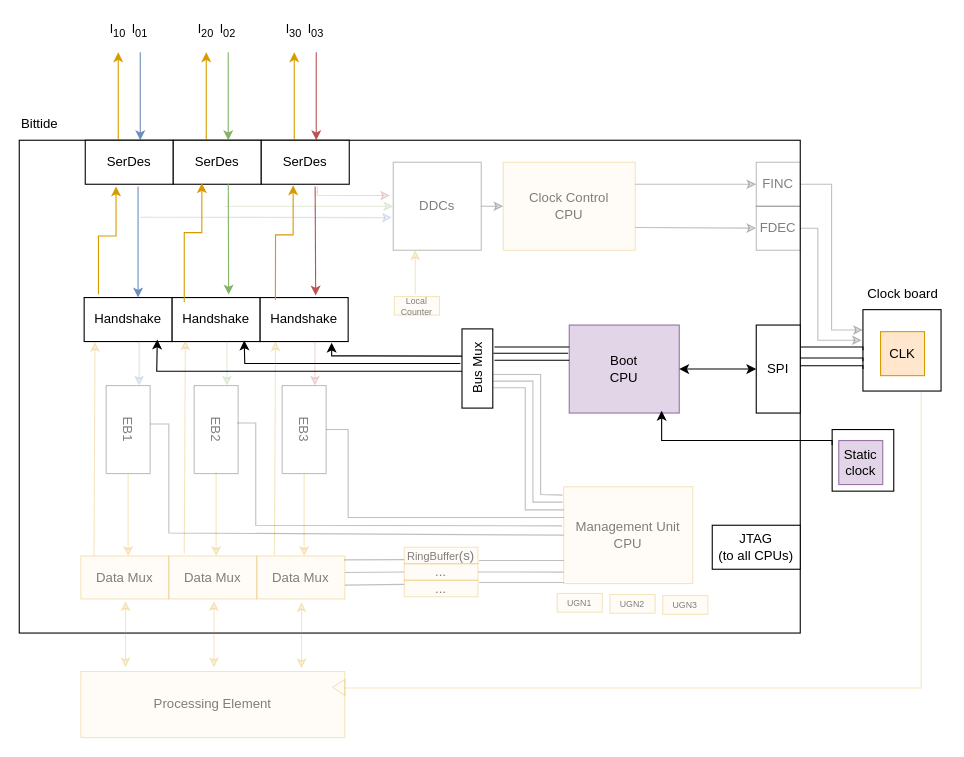
Above: docs/diagrams/bittide-boot-diagram.drawio in bittide/bittide-hardware (draw.io), before the change. Source tidied: cells renumbered, new cells numbered last; positions are measured from the earlier drawing's top-left corner, leaving out a move shared by most shapes. Both pictures are drawn from the tidied source at 110%, with x=0, y=0 at pixel (19, 19).
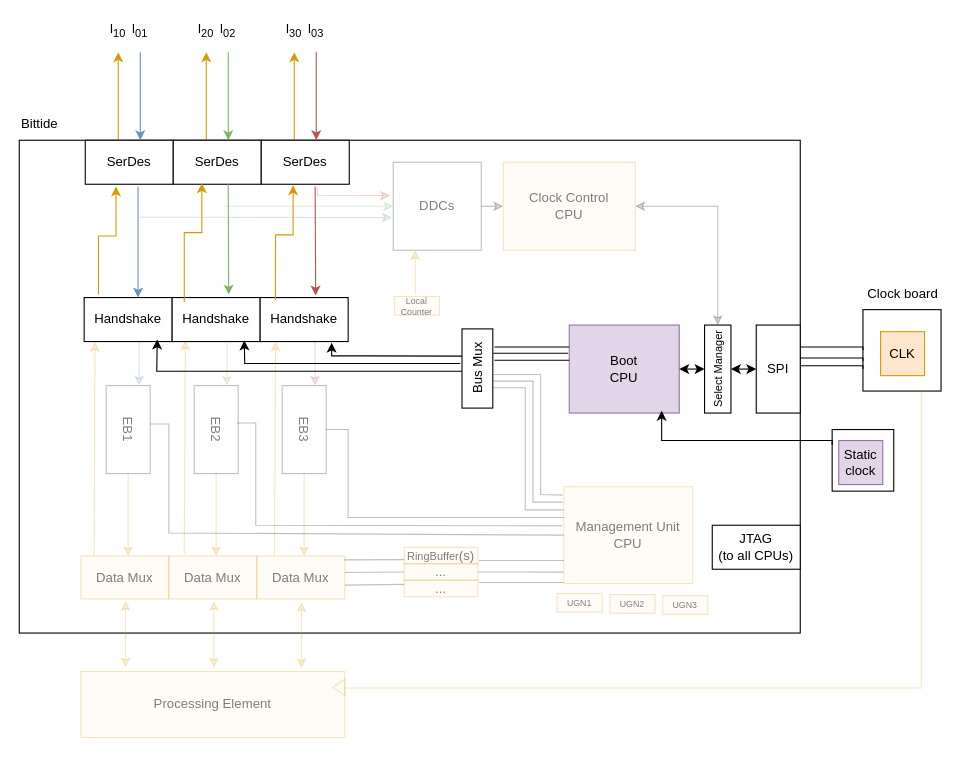
The same diagram, later.

Unchanged cells that the change refers to:
```xml
<mxCell id="2" style="rounded=0;whiteSpace=wrap;html=1;fillOpacity=100;strokeOpacity=100;" parent="1" vertex="1">
  <mxGeometry x="767" y="264" width="71" height="74" as="geometry" />
</mxCell>
<mxCell id="34" value="&lt;div&gt;Clock Control&lt;/div&gt;&lt;div&gt;CPU&lt;/div&gt;" style="rounded=0;whiteSpace=wrap;html=1;fillColor=#ffe6cc;strokeColor=#d79b00;fillOpacity=15;strokeOpacity=25;arcSize=12;textOpacity=50;" parent="1" vertex="1">
  <mxGeometry x="440" y="130" width="120" height="80" as="geometry" />
</mxCell>
<mxCell id="42" value="SPI" style="rounded=0;whiteSpace=wrap;html=1;fillOpacity=100;strokeOpacity=100;" parent="1" vertex="1">
  <mxGeometry x="670" y="278" width="40" height="80" as="geometry" />
</mxCell>
```

What changed in the source:
```diff
@@
+    <mxCell id="103" style="edgeStyle=orthogonalEdgeStyle;rounded=0;jettySize=auto;html=1;exitX=1;exitY=0.5;exitDx=0;exitDy=0;startArrow=classic;endArrow=classic;fillOpacity=15;strokeOpacity=25;arcSize=12;textOpacity=50;" parent="1" edge="1" source="34">
+      <mxGeometry relative="1" as="geometry">
+        <mxPoint x="635" y="278" as="targetPoint" />
+        <Array as="points">
+          <mxPoint x="635" y="170" />
+        </Array>
+      </mxGeometry>
+    </mxCell>
@@
-    <mxCell id="36" style="edgeStyle=orthogonalEdgeStyle;rounded=0;jettySize=auto;html=1;exitX=1;exitY=0.5;exitDx=0;exitDy=0;entryX=0;entryY=0.25;entryDx=0;entryDy=0;fillOpacity=15;strokeOpacity=25;arcSize=12;textOpacity=50;" parent="1" edge="1" source="37" target="2">
-      <mxGeometry relative="1" as="geometry" />
-    </mxCell>
-    <mxCell id="37" value="FINC" style="rounded=0;whiteSpace=wrap;html=1;fillOpacity=15;strokeOpacity=25;arcSize=12;textOpacity=50;" parent="1" vertex="1">
-      <mxGeometry x="670" y="130" width="40" height="40" as="geometry" />
-    </mxCell>
-    <mxCell id="38" value="FDEC" style="rounded=0;whiteSpace=wrap;html=1;fillOpacity=15;strokeOpacity=25;arcSize=12;textOpacity=50;" parent="1" vertex="1">
-      <mxGeometry x="670" y="170" width="40" height="40" as="geometry" />
-    </mxCell>
-    <mxCell id="39" style="endArrow=classic;html=1;rounded=0;fillOpacity=15;strokeOpacity=25;arcSize=12;textOpacity=50;" parent="1" edge="1" target="37">
-      <mxGeometry relative="1" as="geometry">
-        <mxPoint x="560" y="150" as="sourcePoint" />
-      </mxGeometry>
-    </mxCell>
-    <mxCell id="40" style="endArrow=classic;html=1;rounded=0;fillOpacity=15;strokeOpacity=25;arcSize=12;textOpacity=50;" parent="1" edge="1" target="38">
-      <mxGeometry relative="1" as="geometry">
-        <mxPoint x="560" y="189.3" as="sourcePoint" />
-      </mxGeometry>
-    </mxCell>
@@
+    <mxCell id="104" value="Select Manager" style="rounded=0;whiteSpace=wrap;html=1;rotation=-90;fontSize=10;" parent="1" vertex="1">
+      <mxGeometry x="595" y="306" width="80" height="24" as="geometry" />
+    </mxCell>
+    <mxCell id="105" style="endArrow=classic;startArrow=classic;html=1;rounded=0;entryX=0;entryY=0.5;entryDx=0;entryDy=0;" parent="1" edge="1" target="42">
+      <mxGeometry relative="1" as="geometry">
+        <mxPoint x="647" y="318" as="sourcePoint" />
+      </mxGeometry>
+    </mxCell>
@@
-    <mxCell id="44" style="endArrow=classic;startArrow=classic;html=1;rounded=0;entryX=0;entryY=0.5;entryDx=0;entryDy=0;fillOpacity=100;strokeOpacity=100;" parent="1" edge="1" target="42">
+    <mxCell id="44" style="endArrow=classic;startArrow=classic;html=1;rounded=0;fillOpacity=100;strokeOpacity=100;" parent="1" edge="1">
       <mxGeometry relative="1" as="geometry">
         <mxPoint x="600" y="318" as="sourcePoint" />
+        <mxPoint x="623" y="318" as="targetPoint" />
       </mxGeometry>
     </mxCell>
@@
-    <mxCell id="67" style="edgeStyle=orthogonalEdgeStyle;rounded=0;jettySize=auto;html=1;entryX=-0.016;entryY=0.376;entryDx=0;entryDy=0;entryPerimeter=0;fillOpacity=15;strokeOpacity=25;arcSize=12;textOpacity=50;" parent="1" edge="1" source="38" target="2">
-      <mxGeometry relative="1" as="geometry">
-        <Array as="points">
-          <mxPoint x="726" y="190" />
-          <mxPoint x="726" y="292" />
-        </Array>
-      </mxGeometry>
-    </mxCell>
```
